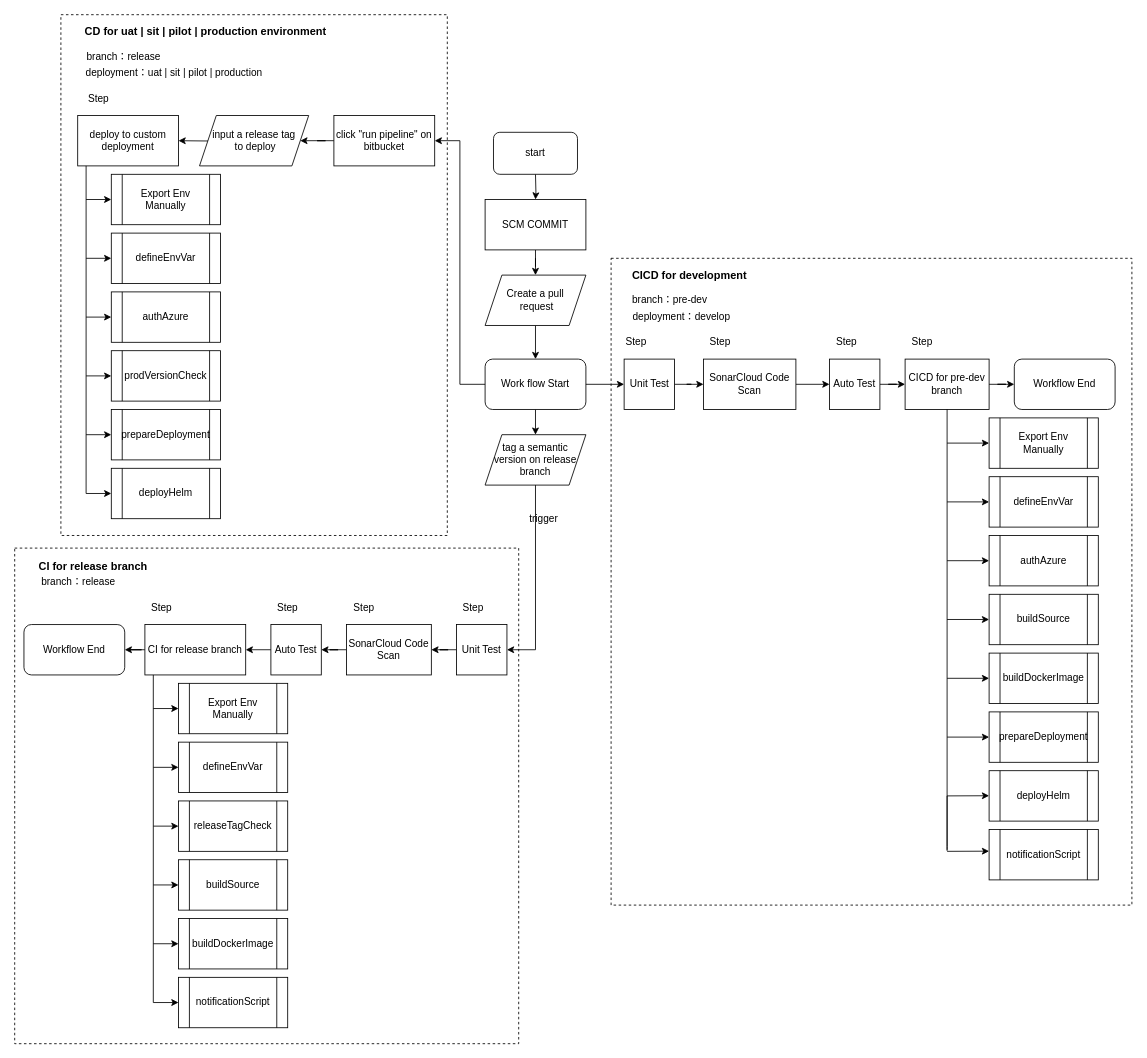
Earlier version of the draw.io diagram Untitled Diagram.drawio (tinson28/devops-web). Source tidied: cells renumbered, new cells numbered last; positions are measured from the earlier drawing's top-left corner, leaving out a move shared by most shapes. Both pictures are drawn from the tidied source at 84%, with x=0, y=0 at pixel (14, 14).
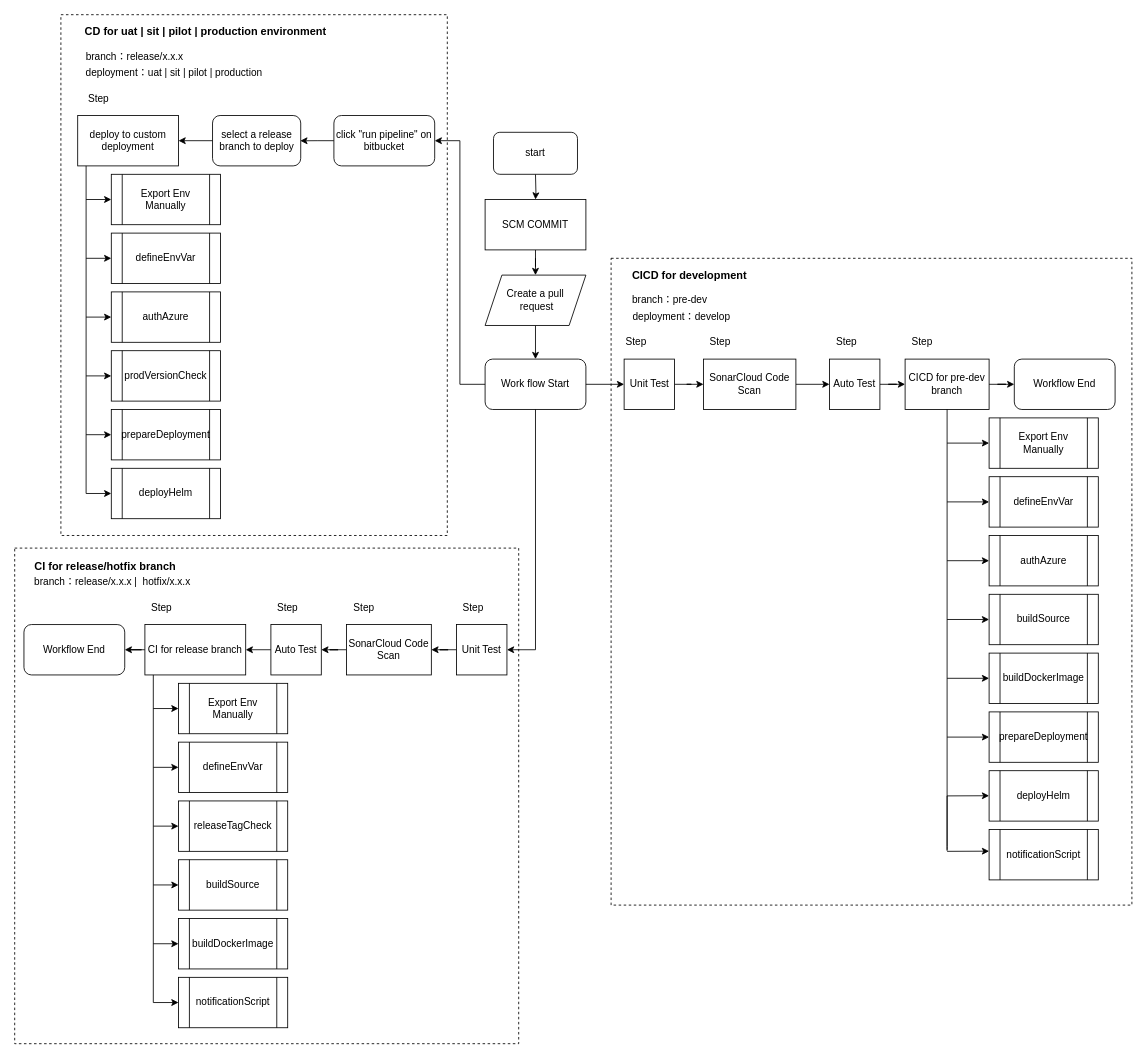
The same page after the edit.

Unchanged cells that the change refers to:
```xml
<mxCell id="11" value="Work flow Start" style="rounded=1;whiteSpace=wrap;html=1;" parent="1" vertex="1">
  <mxGeometry x="560" y="410" width="120" height="60" as="geometry" />
</mxCell>
<mxCell id="68" value="deploy to custom deployment" style="whiteSpace=wrap;html=1;" parent="1" vertex="1">
  <mxGeometry x="75" y="120" width="120" height="60" as="geometry" />
</mxCell>
<mxCell id="99" value="Unit Test" style="whiteSpace=wrap;html=1;rounded=0;direction=south;" parent="1" vertex="1">
  <mxGeometry x="526" y="726" width="60" height="60" as="geometry" />
</mxCell>
```

What changed in the source:
```diff
@@
-    <mxCell id="10" style="edgeStyle=orthogonalEdgeStyle;rounded=0;jettySize=auto;html=1;exitX=0.5;exitY=1;exitDx=0;exitDy=0;entryX=0.5;entryY=0;entryDx=0;entryDy=0;" parent="1" edge="1" source="11">
-      <mxGeometry relative="1" as="geometry">
-        <mxPoint x="620" y="500" as="targetPoint" />
-      </mxGeometry>
-    </mxCell>
@@
-    <mxCell id="30" style="edgeStyle=orthogonalEdgeStyle;rounded=0;jettySize=auto;html=1;exitX=0.5;exitY=1;exitDx=0;exitDy=0;entryX=0.5;entryY=0;entryDx=0;entryDy=0;" parent="1" edge="1" source="32" target="99">
+    <mxCell id="30" style="edgeStyle=orthogonalEdgeStyle;rounded=0;jettySize=auto;html=1;exitX=0.5;exitY=1;exitDx=0;exitDy=0;entryX=0.5;entryY=0;entryDx=0;entryDy=0;" parent="1" edge="1" source="11" target="99">
       <mxGeometry relative="1" as="geometry">
         <Array as="points">
           <mxPoint x="620" y="756" />
         </Array>
       </mxGeometry>
     </mxCell>
@@
-    <mxCell id="32" value="tag a semantic version on release branch" style="shape=parallelogram;perimeter=parallelogramPerimeter;whiteSpace=wrap;html=1;fixedSize=1;" parent="1" vertex="1">
-      <mxGeometry x="560" y="500" width="120" height="60" as="geometry" />
-    </mxCell>
@@
-    <mxCell id="58" value="branch：release" style="text;html=1;strokeColor=none;fillColor=none;align=center;verticalAlign=middle;whiteSpace=wrap;rounded=0;dashed=1;" parent="1" vertex="1">
-      <mxGeometry x="16" y="666" width="120" height="20" as="geometry" />
+    <mxCell id="58" value="branch：release/x.x.x |&amp;nbsp; hotfix/x.x.x" style="text;html=1;strokeColor=none;fillColor=none;align=center;verticalAlign=middle;whiteSpace=wrap;rounded=0;dashed=1;" parent="1" vertex="1">
+      <mxGeometry x="17" y="666" width="199" height="20" as="geometry" />
     </mxCell>
@@
-    <mxCell id="62" value="trigger" style="text;html=1;strokeColor=none;fillColor=none;align=center;verticalAlign=middle;whiteSpace=wrap;rounded=0;dashed=1;" parent="1" vertex="1">
-      <mxGeometry x="610" y="590" width="40" height="20" as="geometry" />
-    </mxCell>
@@
-    <mxCell id="82" style="edgeStyle=orthogonalEdgeStyle;rounded=0;jettySize=auto;html=1;entryX=1;entryY=0.5;entryDx=0;entryDy=0;" parent="1" edge="1" target="68">
-      <mxGeometry relative="1" as="geometry">
-        <mxPoint x="295" y="150" as="sourcePoint" />
-      </mxGeometry>
-    </mxCell>
@@
-    <mxCell id="87" value="input a release tag&lt;br&gt;&amp;nbsp;to deploy" style="shape=parallelogram;perimeter=parallelogramPerimeter;whiteSpace=wrap;html=1;fixedSize=1;" parent="1" vertex="1">
-      <mxGeometry x="220" y="120" width="130" height="60" as="geometry" />
-    </mxCell>
-    <mxCell id="88" style="edgeStyle=orthogonalEdgeStyle;rounded=0;jettySize=auto;html=1;" parent="1" edge="1" source="89" target="87">
-      <mxGeometry relative="1" as="geometry" />
+    <mxCell id="88" style="edgeStyle=orthogonalEdgeStyle;rounded=0;jettySize=auto;html=1;" parent="1" edge="1" source="89">
+      <mxGeometry relative="1" as="geometry">
+        <mxPoint x="340" y="150.1" as="targetPoint" />
+      </mxGeometry>
     </mxCell>
-    <mxCell id="89" value="click &quot;run pipeline&quot; on bitbucket" style="whiteSpace=wrap;html=1;" parent="1" vertex="1">
+    <mxCell id="89" value="click &quot;run pipeline&quot; on bitbucket" style="whiteSpace=wrap;html=1;rounded=1;" parent="1" vertex="1">
       <mxGeometry x="380" y="120" width="120" height="60" as="geometry" />
     </mxCell>
@@
-    <mxCell id="91" value="&lt;b&gt;&lt;font style=&quot;font-size: 13px&quot;&gt;CI for release branch&lt;/font&gt;&lt;/b&gt;" style="text;html=1;strokeColor=none;fillColor=none;align=center;verticalAlign=middle;whiteSpace=wrap;rounded=0;dashed=1;" parent="1" vertex="1">
-      <mxGeometry x="16" y="646" width="154.5" height="20" as="geometry" />
+    <mxCell id="91" value="&lt;b&gt;&lt;font style=&quot;font-size: 13px&quot;&gt;CI for release/hotfix branch&lt;/font&gt;&lt;/b&gt;" style="text;html=1;strokeColor=none;fillColor=none;align=center;verticalAlign=middle;whiteSpace=wrap;rounded=0;dashed=1;" parent="1" vertex="1">
+      <mxGeometry x="16" y="646" width="184" height="20" as="geometry" />
     </mxCell>
@@
-    <mxCell id="93" value="branch：release" style="text;html=1;strokeColor=none;fillColor=none;align=center;verticalAlign=middle;whiteSpace=wrap;rounded=0;dashed=1;" parent="1" vertex="1">
-      <mxGeometry x="70" y="40" width="120" height="20" as="geometry" />
+    <mxCell id="93" value="branch：release/x.x.x" style="text;html=1;strokeColor=none;fillColor=none;align=center;verticalAlign=middle;whiteSpace=wrap;rounded=0;dashed=1;" parent="1" vertex="1">
+      <mxGeometry x="83" y="40" width="120" height="20" as="geometry" />
     </mxCell>
@@
+    <mxCell id="101" style="edgeStyle=orthogonalEdgeStyle;rounded=0;jettySize=auto;html=1;entryX=1;entryY=0.5;entryDx=0;entryDy=0;" parent="1" edge="1" source="102" target="68">
+      <mxGeometry relative="1" as="geometry" />
+    </mxCell>
+    <mxCell id="102" value="select a release branch to deploy" style="rounded=1;whiteSpace=wrap;html=1;fillColor=none;" parent="1" vertex="1">
+      <mxGeometry x="235.5" y="120" width="105" height="60" as="geometry" />
+    </mxCell>
```
